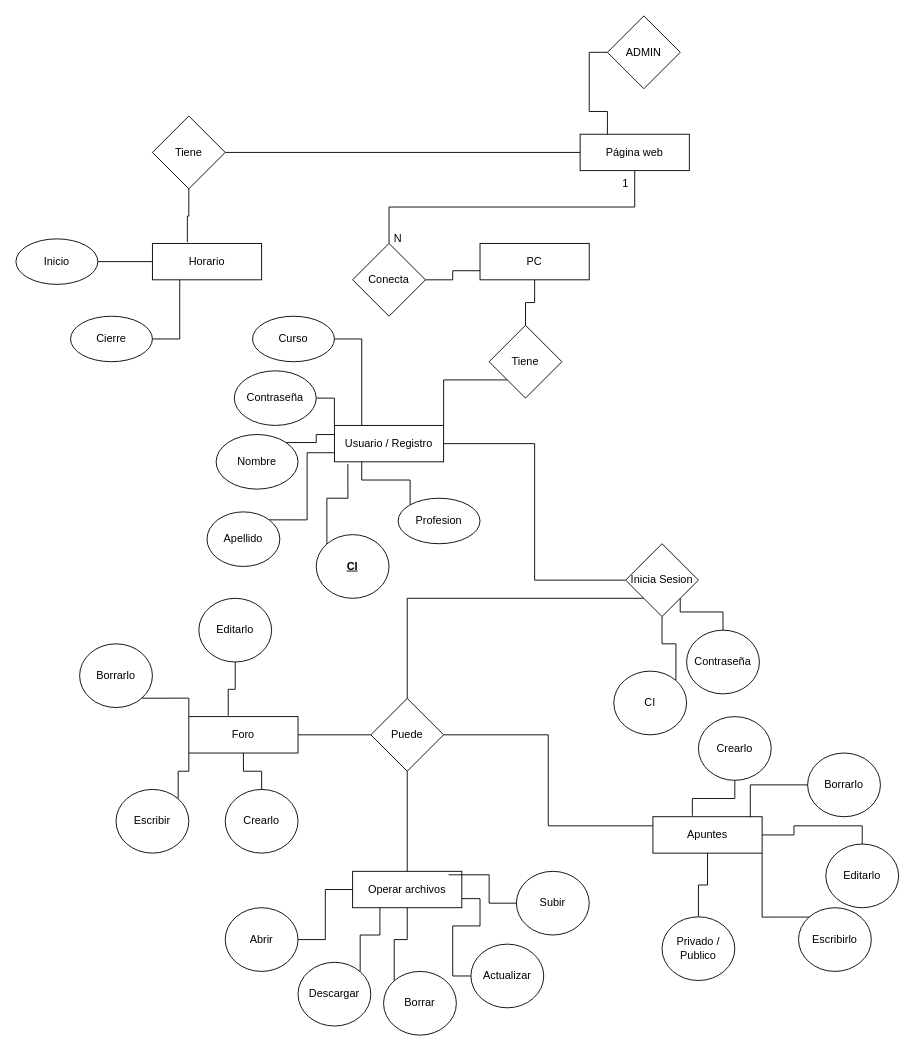
This is EDUCONNECTMR.drawio from Arcxcad/3ro-bt-informatica, a draw.io file, before an edit. Source tidied: cells renumbered, new cells numbered last; positions are measured from the earlier drawing's top-left corner, leaving out a move shared by most shapes. Both pictures are drawn from the tidied source at 91%, with x=0, y=0 at pixel (15, 15).
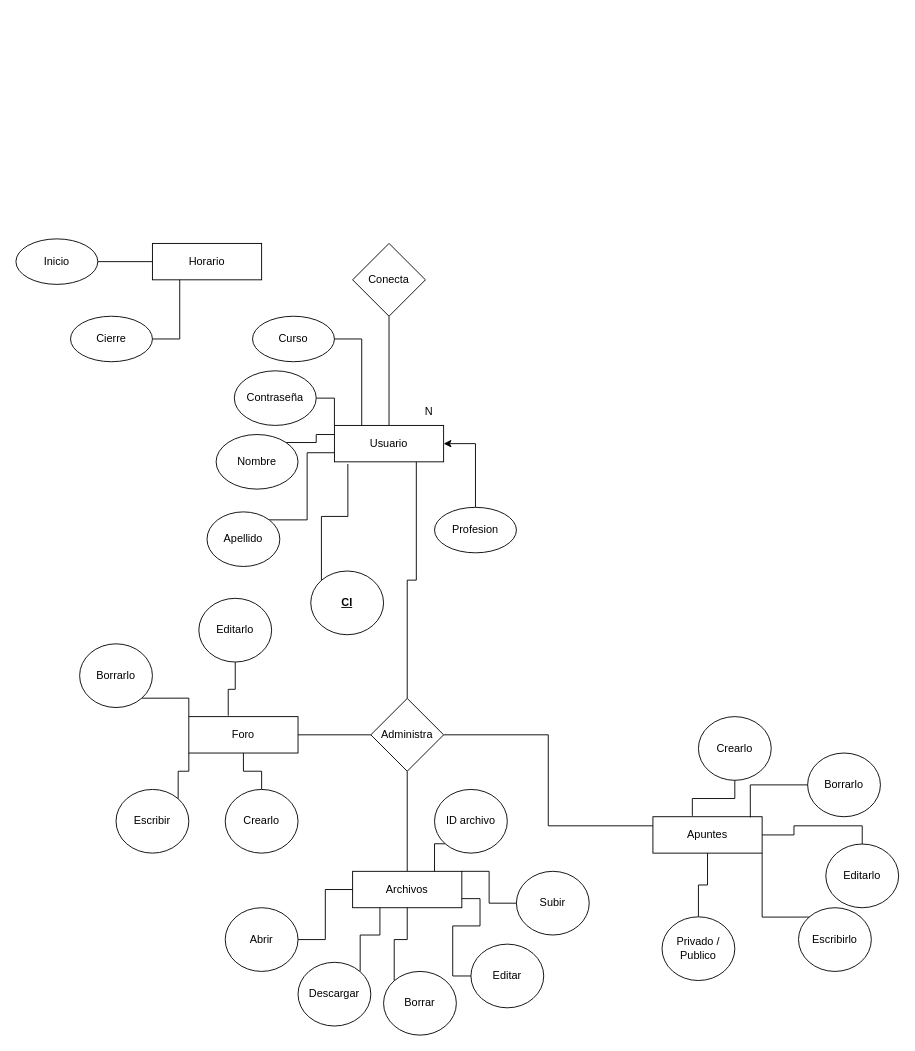
The same page after the edit.

The change refers to these unchanged cells:
```xml
<mxCell id="6" value="Conecta" style="rhombus;whiteSpace=wrap;html=1;shapeInside=1;" parent="1" vertex="1">
  <mxGeometry x="370" y="250" width="80" height="80" as="geometry" />
</mxCell>
<mxCell id="19" value="Horario" style="rounded=0;whiteSpace=wrap;html=1;" parent="1" vertex="1">
  <mxGeometry x="150" y="250" width="120" height="40" as="geometry" />
</mxCell>
<mxCell id="43" value="Subir" style="ellipse;whiteSpace=wrap;html=1;shapeInside=1;direction=south;" parent="1" vertex="1">
  <mxGeometry x="550" y="940" width="80" height="70" as="geometry" />
</mxCell>
```

Change to the diagram source:
```diff
@@
-    <mxCell id="2" style="edgeStyle=orthogonalEdgeStyle;rounded=0;jettySize=auto;html=1;exitX=0.5;exitY=1;exitDx=0;exitDy=0;entryX=0.5;entryY=0;entryDx=0;entryDy=0;endArrow=none;endFill=0;" parent="1" edge="1" source="4" target="6">
-      <mxGeometry relative="1" as="geometry" />
-    </mxCell>
-    <mxCell id="3" style="edgeStyle=orthogonalEdgeStyle;rounded=0;jettySize=auto;html=1;exitX=0;exitY=0.5;exitDx=0;exitDy=0;entryX=1;entryY=0.5;entryDx=0;entryDy=0;endArrow=none;endFill=0;" parent="1" edge="1" source="4" target="20">
-      <mxGeometry relative="1" as="geometry" />
-    </mxCell>
-    <mxCell id="4" value="Página web" style="rounded=0;whiteSpace=wrap;html=1;" parent="1" vertex="1">
-      <mxGeometry x="620" y="130" width="120" height="40" as="geometry" />
-    </mxCell>
-    <mxCell id="5" style="edgeStyle=orthogonalEdgeStyle;rounded=0;jettySize=auto;html=1;exitX=1;exitY=0.5;exitDx=0;exitDy=0;entryX=0;entryY=0.75;entryDx=0;entryDy=0;endArrow=none;endFill=0;" parent="1" edge="1" source="6" target="35">
-      <mxGeometry relative="1" as="geometry" />
-    </mxCell>
+    <mxCell id="77" style="edgeStyle=orthogonalEdgeStyle;rounded=0;jettySize=auto;html=1;exitX=0.5;exitY=1;exitDx=0;exitDy=0;entryX=0.5;entryY=0;entryDx=0;entryDy=0;endArrow=none;endFill=0;" parent="1" edge="1" source="6" target="9">
+      <mxGeometry relative="1" as="geometry" />
+    </mxCell>
@@
-    <mxCell id="7" value="1" style="text;html=1;whiteSpace=wrap;strokeColor=none;fillColor=none;align=center;verticalAlign=middle;rounded=0;" parent="1" vertex="1">
-      <mxGeometry x="640" y="170" width="60" height="30" as="geometry" />
-    </mxCell>
-    <mxCell id="8" value="N" style="text;html=1;whiteSpace=wrap;strokeColor=none;fillColor=none;align=center;verticalAlign=middle;rounded=0;" parent="1" vertex="1">
-      <mxGeometry x="390" y="230" width="60" height="30" as="geometry" />
-    </mxCell>
+    <mxCell id="78" style="edgeStyle=orthogonalEdgeStyle;rounded=0;jettySize=auto;html=1;exitX=0.75;exitY=1;exitDx=0;exitDy=0;entryX=0.5;entryY=0;entryDx=0;entryDy=0;endArrow=none;endFill=0;" parent="1" edge="1" source="9" target="41">
+      <mxGeometry relative="1" as="geometry" />
+    </mxCell>
-    <mxCell id="9" value="Usuario / Registro" style="rounded=0;whiteSpace=wrap;html=1;" parent="1" vertex="1">
+    <mxCell id="9" value="Usuario" style="rounded=0;whiteSpace=wrap;html=1;" parent="1" vertex="1">
       <mxGeometry x="350" y="450" width="120" height="40" as="geometry" />
     </mxCell>
@@
     <mxCell id="14" value="&lt;u&gt;&lt;b&gt;CI&lt;/b&gt;&lt;/u&gt;" style="ellipse;whiteSpace=wrap;html=1;shapeInside=1;direction=south;" parent="1" vertex="1">
-      <mxGeometry x="330" y="570" width="80" height="70" as="geometry" />
+      <mxGeometry x="324" y="610" width="80" height="70" as="geometry" />
     </mxCell>
@@
-    <mxCell id="20" value="Tiene" style="rhombus;whiteSpace=wrap;html=1;shapeInside=1;" parent="1" vertex="1">
-      <mxGeometry x="150" y="110" width="80" height="80" as="geometry" />
-    </mxCell>
-    <mxCell id="21" style="edgeStyle=orthogonalEdgeStyle;rounded=0;jettySize=auto;html=1;exitX=0.5;exitY=1;exitDx=0;exitDy=0;entryX=0.32;entryY=-0.034;entryDx=0;entryDy=0;entryPerimeter=0;endArrow=none;endFill=0;" parent="1" edge="1" source="20" target="19">
-      <mxGeometry relative="1" as="geometry" />
-    </mxCell>
-    <mxCell id="22" style="edgeStyle=orthogonalEdgeStyle;rounded=0;jettySize=auto;html=1;exitX=0;exitY=0.5;exitDx=0;exitDy=0;entryX=1;entryY=0.5;entryDx=0;entryDy=0;endArrow=none;endFill=0;" parent="1" edge="1" source="24" target="9">
-      <mxGeometry relative="1" as="geometry" />
-    </mxCell>
-    <mxCell id="23" style="edgeStyle=orthogonalEdgeStyle;rounded=0;jettySize=auto;html=1;exitX=0;exitY=1;exitDx=0;exitDy=0;endArrow=none;endFill=0;" parent="1" edge="1" source="24" target="41">
-      <mxGeometry relative="1" as="geometry" />
-    </mxCell>
-    <mxCell id="24" value="Inicia Sesion" style="rhombus;whiteSpace=wrap;html=1;shapeInside=1;" parent="1" vertex="1">
-      <mxGeometry x="670" y="580" width="80" height="80" as="geometry" />
-    </mxCell>
@@
-    <mxCell id="26" style="edgeStyle=orthogonalEdgeStyle;rounded=0;jettySize=auto;html=1;exitX=0;exitY=0;exitDx=0;exitDy=0;entryX=0.5;entryY=1;entryDx=0;entryDy=0;endArrow=none;endFill=0;" parent="1" edge="1" source="27" target="24">
-      <mxGeometry relative="1" as="geometry" />
-    </mxCell>
-    <mxCell id="27" value="CI" style="ellipse;whiteSpace=wrap;html=1;shapeInside=1;direction=south;" parent="1" vertex="1">
-      <mxGeometry x="657" y="720" width="80" height="70" as="geometry" />
-    </mxCell>
-    <mxCell id="28" style="edgeStyle=orthogonalEdgeStyle;rounded=0;jettySize=auto;html=1;exitX=0;exitY=0.5;exitDx=0;exitDy=0;entryX=1;entryY=1;entryDx=0;entryDy=0;endArrow=none;endFill=0;" parent="1" edge="1" source="29" target="24">
-      <mxGeometry relative="1" as="geometry" />
-    </mxCell>
-    <mxCell id="29" value="Contraseña" style="ellipse;whiteSpace=wrap;html=1;shapeInside=1;direction=south;" parent="1" vertex="1">
-      <mxGeometry x="737" y="675" width="80" height="70" as="geometry" />
-    </mxCell>
@@
-    <mxCell id="34" style="edgeStyle=orthogonalEdgeStyle;rounded=0;jettySize=auto;html=1;exitX=0.5;exitY=1;exitDx=0;exitDy=0;entryX=0.5;entryY=0;entryDx=0;entryDy=0;endArrow=none;endFill=0;" parent="1" edge="1" source="35" target="37">
-      <mxGeometry relative="1" as="geometry" />
-    </mxCell>
-    <mxCell id="35" value="PC" style="rounded=0;whiteSpace=wrap;html=1;" parent="1" vertex="1">
-      <mxGeometry x="510" y="250" width="120" height="40" as="geometry" />
-    </mxCell>
-    <mxCell id="36" style="edgeStyle=orthogonalEdgeStyle;rounded=0;jettySize=auto;html=1;exitX=0;exitY=1;exitDx=0;exitDy=0;entryX=1;entryY=0;entryDx=0;entryDy=0;endArrow=none;endFill=0;" parent="1" edge="1" source="37" target="9">
-      <mxGeometry relative="1" as="geometry" />
-    </mxCell>
-    <mxCell id="37" value="Tiene" style="rhombus;whiteSpace=wrap;html=1;shapeInside=1;" parent="1" vertex="1">
-      <mxGeometry x="520" y="340" width="80" height="80" as="geometry" />
-    </mxCell>
@@
-    <mxCell id="41" value="Puede" style="rhombus;whiteSpace=wrap;html=1;shapeInside=1;" parent="1" vertex="1">
+    <mxCell id="41" value="Administra" style="rhombus;whiteSpace=wrap;html=1;shapeInside=1;" parent="1" vertex="1">
       <mxGeometry x="390" y="750" width="80" height="80" as="geometry" />
     </mxCell>
-    <mxCell id="42" value="Operar archivos" style="rounded=0;whiteSpace=wrap;html=1;" parent="1" vertex="1">
+    <mxCell id="42" value="Archivos" style="rounded=0;whiteSpace=wrap;html=1;" parent="1" vertex="1">
       <mxGeometry x="370" y="940" width="120" height="40" as="geometry" />
     </mxCell>
@@
-    <mxCell id="45" value="Actualizar" style="ellipse;whiteSpace=wrap;html=1;shapeInside=1;direction=south;" parent="1" vertex="1">
+    <mxCell id="45" value="Editar" style="ellipse;whiteSpace=wrap;html=1;shapeInside=1;direction=south;" parent="1" vertex="1">
       <mxGeometry x="500" y="1020" width="80" height="70" as="geometry" />
     </mxCell>
@@
-    <mxCell id="50" style="edgeStyle=orthogonalEdgeStyle;rounded=0;jettySize=auto;html=1;exitX=0.5;exitY=1;exitDx=0;exitDy=0;entryX=0.88;entryY=0.096;entryDx=0;entryDy=0;entryPerimeter=0;endArrow=none;endFill=0;" parent="1" edge="1" source="43" target="42">
-      <mxGeometry relative="1" as="geometry" />
+    <mxCell id="50" style="edgeStyle=orthogonalEdgeStyle;rounded=0;jettySize=auto;html=1;exitX=0.5;exitY=1;exitDx=0;exitDy=0;entryX=1;entryY=0;entryDx=0;entryDy=0;endArrow=none;endFill=0;" parent="1" edge="1" source="43" target="42">
+      <mxGeometry relative="1" as="geometry">
+        <Array as="points">
+          <mxPoint x="520" y="975" />
+          <mxPoint x="520" y="940" />
+        </Array>
+      </mxGeometry>
     </mxCell>
@@
-    <mxCell id="73" style="edgeStyle=orthogonalEdgeStyle;rounded=0;jettySize=auto;html=1;exitX=0;exitY=0.5;exitDx=0;exitDy=0;entryX=0.25;entryY=0;entryDx=0;entryDy=0;endArrow=none;endFill=0;" parent="1" edge="1" source="74" target="4">
-      <mxGeometry relative="1" as="geometry" />
-    </mxCell>
-    <mxCell id="74" value="ADMIN" style="rhombus;whiteSpace=wrap;html=1;shapeInside=1;" parent="1" vertex="1">
-      <mxGeometry x="650" width="80" height="80" as="geometry" />
-    </mxCell>
-    <mxCell id="75" style="edgeStyle=orthogonalEdgeStyle;rounded=0;jettySize=auto;html=1;exitX=0;exitY=0;exitDx=0;exitDy=0;entryX=0.25;entryY=1;entryDx=0;entryDy=0;endArrow=none;endFill=0;" parent="1" edge="1" source="76" target="9">
+    <mxCell id="75" style="edgeStyle=orthogonalEdgeStyle;rounded=0;jettySize=auto;html=1;exitX=0.5;exitY=0;exitDx=0;exitDy=0;entryX=1;entryY=0.5;entryDx=0;entryDy=0;" parent="1" edge="1" source="76" target="9">
       <mxGeometry relative="1" as="geometry" />
     </mxCell>
     <mxCell id="76" value="Profesion" style="ellipse;whiteSpace=wrap;html=1;shapeInside=1;" parent="1" vertex="1">
-      <mxGeometry x="420" y="530" width="90" height="50" as="geometry" />
+      <mxGeometry x="460" y="540" width="90" height="50" as="geometry" />
     </mxCell>
+    <mxCell id="8" value="N" style="text;html=1;whiteSpace=wrap;strokeColor=none;fillColor=none;align=center;verticalAlign=middle;rounded=0;" parent="1" vertex="1">
+      <mxGeometry x="424" y="420" width="60" height="30" as="geometry" />
+    </mxCell>
+    <mxCell id="79" style="edgeStyle=orthogonalEdgeStyle;rounded=0;jettySize=auto;html=1;exitX=1;exitY=1;exitDx=0;exitDy=0;entryX=0.75;entryY=0;entryDx=0;entryDy=0;endArrow=none;endFill=0;" parent="1" edge="1" source="80" target="42">
+      <mxGeometry relative="1" as="geometry" />
+    </mxCell>
+    <mxCell id="80" value="ID archivo" style="ellipse;whiteSpace=wrap;html=1;shapeInside=1;direction=south;" parent="1" vertex="1">
+      <mxGeometry x="460" y="850" width="80" height="70" as="geometry" />
+    </mxCell>
```
